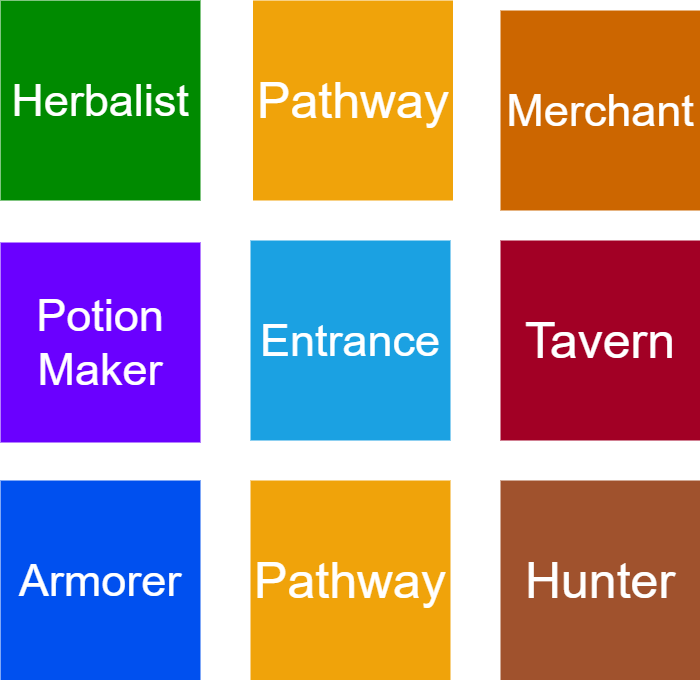
Above: Mapy/TownMap.png in KutilT23/KingdomComeDeliverance2 (draw.io), before the change. Source tidied: cells renumbered, new cells last; positions are measured from the earlier drawing's top-left corner, leaving out a move shared by most shapes. Its diagram source:
```xml
<mxGraphModel>
  <root>
    <mxCell id="0" />
    <mxCell id="1" parent="0" />
    <mxCell id="2" value="&lt;font style=&quot;color: rgb(252, 252, 252); font-size: 50px;&quot;&gt;Kutná&lt;/font&gt;&lt;div&gt;&lt;font style=&quot;color: rgb(252, 252, 252); font-size: 50px;&quot;&gt;&amp;nbsp;Hora&lt;/font&gt;&lt;/div&gt;" style="text;html=1;align=center;verticalAlign=middle;whiteSpace=wrap;rounded=0;" parent="1" vertex="1">
      <mxGeometry x="247.5" y="304" width="205" height="76" as="geometry" />
    </mxCell>
    <mxCell id="3" value="&lt;font style=&quot;font-size: 50px; color: rgb(255, 255, 255);&quot;&gt;Pathway&lt;/font&gt;" style="whiteSpace=wrap;html=1;fillColor=#f0a30a;strokeColor=none;fontColor=#000000;" parent="1" vertex="1">
      <mxGeometry x="252.5" width="200" height="200" as="geometry" />
    </mxCell>
    <mxCell id="4" value="&lt;font style=&quot;color: rgb(255, 255, 255); font-size: 50px;&quot;&gt;Tavern&lt;/font&gt;" style="whiteSpace=wrap;html=1;fillColor=#a20025;strokeColor=none;fontColor=#ffffff;" parent="1" vertex="1">
      <mxGeometry x="500" y="240" width="200" height="200" as="geometry" />
    </mxCell>
    <mxCell id="5" value="&lt;font style=&quot;font-size: 45px;&quot;&gt;Herbalist&lt;/font&gt;" style="whiteSpace=wrap;html=1;fillColor=#008a00;strokeColor=none;fontColor=#ffffff;" parent="1" vertex="1">
      <mxGeometry width="200" height="200" as="geometry" />
    </mxCell>
    <mxCell id="6" value="&lt;span style=&quot;font-size: 45px;&quot;&gt;Merchant&lt;/span&gt;" style="whiteSpace=wrap;html=1;fillColor=#CC6600;strokeColor=none;fontColor=#ffffff;" parent="1" vertex="1">
      <mxGeometry x="500" y="10" width="200" height="200" as="geometry" />
    </mxCell>
    <mxCell id="7" value="&lt;font style=&quot;font-size: 45px;&quot;&gt;Armorer&lt;/font&gt;" style="whiteSpace=wrap;html=1;fillColor=#0050ef;strokeColor=none;fontColor=#ffffff;" parent="1" vertex="1">
      <mxGeometry y="480" width="200" height="200" as="geometry" />
    </mxCell>
    <mxCell id="8" value="&lt;font style=&quot;font-size: 45px;&quot;&gt;Potion&lt;br&gt;Maker&lt;/font&gt;" style="whiteSpace=wrap;html=1;fillColor=#6a00ff;strokeColor=none;fontColor=#ffffff;" parent="1" vertex="1">
      <mxGeometry y="242" width="200" height="200" as="geometry" />
    </mxCell>
    <mxCell id="9" value="&lt;span style=&quot;font-size: 45px;&quot;&gt;Entrance&lt;/span&gt;" style="whiteSpace=wrap;html=1;fillColor=#1ba1e2;strokeColor=none;fontColor=#ffffff;" parent="1" vertex="1">
      <mxGeometry x="250" y="240" width="200" height="200" as="geometry" />
    </mxCell>
    <mxCell id="10" value="&lt;font style=&quot;font-size: 50px; color: rgb(255, 255, 255);&quot;&gt;Pathway&lt;/font&gt;" style="whiteSpace=wrap;html=1;fillColor=#f0a30a;strokeColor=none;fontColor=#000000;" parent="1" vertex="1">
      <mxGeometry x="250" y="480" width="200" height="200" as="geometry" />
    </mxCell>
    <mxCell id="11" value="&lt;span style=&quot;font-size: 50px;&quot;&gt;Hunter&lt;/span&gt;" style="whiteSpace=wrap;html=1;fillColor=#a0522d;strokeColor=none;fontColor=#ffffff;" parent="1" vertex="1">
      <mxGeometry x="500" y="480" width="200" height="200" as="geometry" />
    </mxCell>
  </root>
</mxGraphModel>
```
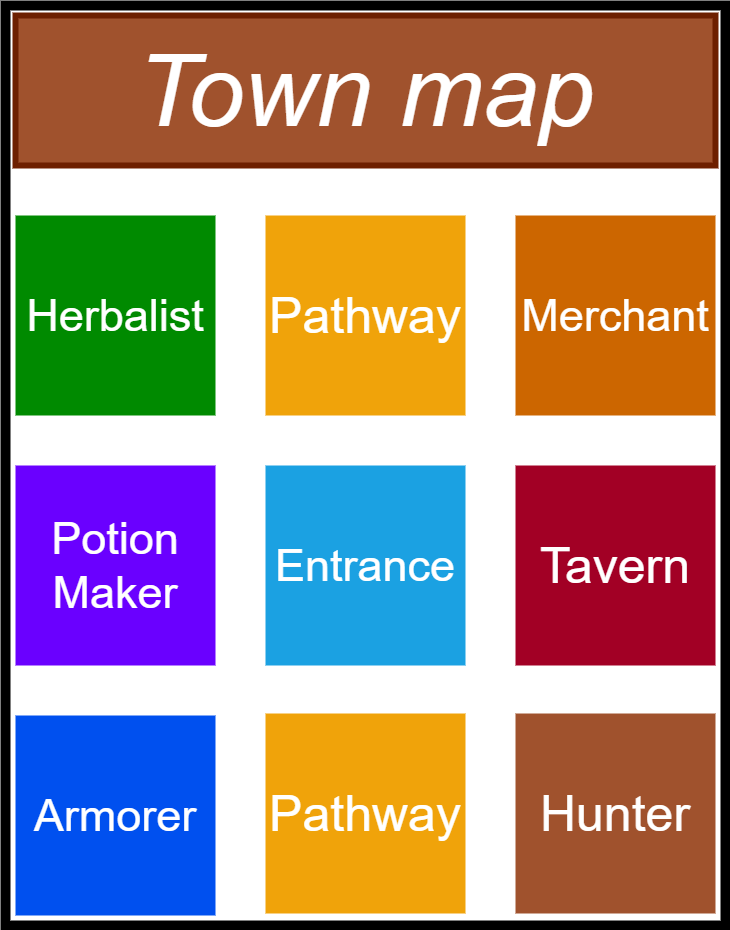
After the commit.

The edit, as a diff of the source:
```diff
@@ -2,35 +2,41 @@
   <root>
     <mxCell id="0" />
     <mxCell id="1" parent="0" />
+    <mxCell id="12" style="rounded=0;whiteSpace=wrap;html=1;strokeWidth=10;fillColor=none;" parent="1" vertex="1">
+      <mxGeometry x="-2090" y="-30" width="720" height="920" as="geometry" />
+    </mxCell>
+    <mxCell id="13" value="&lt;font style=&quot;font-size: 100px;&quot;&gt;&lt;i&gt;Town map&lt;/i&gt;&lt;/font&gt;" style="rounded=0;whiteSpace=wrap;html=1;fillColor=#a0522d;fontColor=#ffffff;strokeColor=#6D1F00;strokeWidth=6;" parent="1" vertex="1">
+      <mxGeometry x="-2080" y="-20" width="700" height="150" as="geometry" />
+    </mxCell>
     <mxCell id="2" value="&lt;font style=&quot;color: rgb(252, 252, 252); font-size: 50px;&quot;&gt;Kutná&lt;/font&gt;&lt;div&gt;&lt;font style=&quot;color: rgb(252, 252, 252); font-size: 50px;&quot;&gt;&amp;nbsp;Hora&lt;/font&gt;&lt;/div&gt;" style="text;html=1;align=center;verticalAlign=middle;whiteSpace=wrap;rounded=0;" parent="1" vertex="1">
-      <mxGeometry x="247.5" y="304" width="205" height="76" as="geometry" />
+      <mxGeometry x="-1832.5" y="504" width="205" height="76" as="geometry" />
     </mxCell>
-    <mxCell id="3" value="&lt;font style=&quot;font-size: 50px; color: rgb(255, 255, 255);&quot;&gt;Pathway&lt;/font&gt;" style="whiteSpace=wrap;html=1;fillColor=#f0a30a;strokeColor=none;fontColor=#000000;" parent="1" vertex="1">
-      <mxGeometry x="252.5" width="200" height="200" as="geometry" />
-    </mxCell>
+    <mxCell id="14" value="&lt;font style=&quot;font-size: 50px; color: rgb(255, 255, 255);&quot;&gt;Pathway&lt;/font&gt;" style="whiteSpace=wrap;html=1;fillColor=#f0a30a;strokeColor=none;fontColor=#000000;" parent="1" vertex="1">
+      <mxGeometry x="-1830" y="180" width="200" height="200" as="geometry" />
+    </mxCell>
     <mxCell id="4" value="&lt;font style=&quot;color: rgb(255, 255, 255); font-size: 50px;&quot;&gt;Tavern&lt;/font&gt;" style="whiteSpace=wrap;html=1;fillColor=#a20025;strokeColor=none;fontColor=#ffffff;" parent="1" vertex="1">
-      <mxGeometry x="500" y="240" width="200" height="200" as="geometry" />
+      <mxGeometry x="-1580" y="430" width="200" height="200" as="geometry" />
     </mxCell>
     <mxCell id="5" value="&lt;font style=&quot;font-size: 45px;&quot;&gt;Herbalist&lt;/font&gt;" style="whiteSpace=wrap;html=1;fillColor=#008a00;strokeColor=none;fontColor=#ffffff;" parent="1" vertex="1">
-      <mxGeometry width="200" height="200" as="geometry" />
+      <mxGeometry x="-2080" y="180" width="200" height="200" as="geometry" />
     </mxCell>
     <mxCell id="6" value="&lt;span style=&quot;font-size: 45px;&quot;&gt;Merchant&lt;/span&gt;" style="whiteSpace=wrap;html=1;fillColor=#CC6600;strokeColor=none;fontColor=#ffffff;" parent="1" vertex="1">
-      <mxGeometry x="500" y="10" width="200" height="200" as="geometry" />
+      <mxGeometry x="-1580" y="180" width="200" height="200" as="geometry" />
     </mxCell>
     <mxCell id="7" value="&lt;font style=&quot;font-size: 45px;&quot;&gt;Armorer&lt;/font&gt;" style="whiteSpace=wrap;html=1;fillColor=#0050ef;strokeColor=none;fontColor=#ffffff;" parent="1" vertex="1">
-      <mxGeometry y="480" width="200" height="200" as="geometry" />
+      <mxGeometry x="-2080" y="680" width="200" height="200" as="geometry" />
     </mxCell>
     <mxCell id="8" value="&lt;font style=&quot;font-size: 45px;&quot;&gt;Potion&lt;br&gt;Maker&lt;/font&gt;" style="whiteSpace=wrap;html=1;fillColor=#6a00ff;strokeColor=none;fontColor=#ffffff;" parent="1" vertex="1">
-      <mxGeometry y="242" width="200" height="200" as="geometry" />
+      <mxGeometry x="-2080" y="430" width="200" height="200" as="geometry" />
     </mxCell>
     <mxCell id="9" value="&lt;span style=&quot;font-size: 45px;&quot;&gt;Entrance&lt;/span&gt;" style="whiteSpace=wrap;html=1;fillColor=#1ba1e2;strokeColor=none;fontColor=#ffffff;" parent="1" vertex="1">
-      <mxGeometry x="250" y="240" width="200" height="200" as="geometry" />
+      <mxGeometry x="-1830" y="430" width="200" height="200" as="geometry" />
     </mxCell>
-    <mxCell id="10" value="&lt;font style=&quot;font-size: 50px; color: rgb(255, 255, 255);&quot;&gt;Pathway&lt;/font&gt;" style="whiteSpace=wrap;html=1;fillColor=#f0a30a;strokeColor=none;fontColor=#000000;" parent="1" vertex="1">
-      <mxGeometry x="250" y="480" width="200" height="200" as="geometry" />
-    </mxCell>
     <mxCell id="11" value="&lt;span style=&quot;font-size: 50px;&quot;&gt;Hunter&lt;/span&gt;" style="whiteSpace=wrap;html=1;fillColor=#a0522d;strokeColor=none;fontColor=#ffffff;" parent="1" vertex="1">
-      <mxGeometry x="500" y="480" width="200" height="200" as="geometry" />
+      <mxGeometry x="-1580" y="678" width="200" height="200" as="geometry" />
     </mxCell>
+    <mxCell id="15" value="&lt;font style=&quot;font-size: 50px; color: rgb(255, 255, 255);&quot;&gt;Pathway&lt;/font&gt;" style="whiteSpace=wrap;html=1;fillColor=#f0a30a;strokeColor=none;fontColor=#000000;" parent="1" vertex="1">
+      <mxGeometry x="-1830" y="678" width="200" height="200" as="geometry" />
+    </mxCell>
   </root>
 </mxGraphModel>
```
